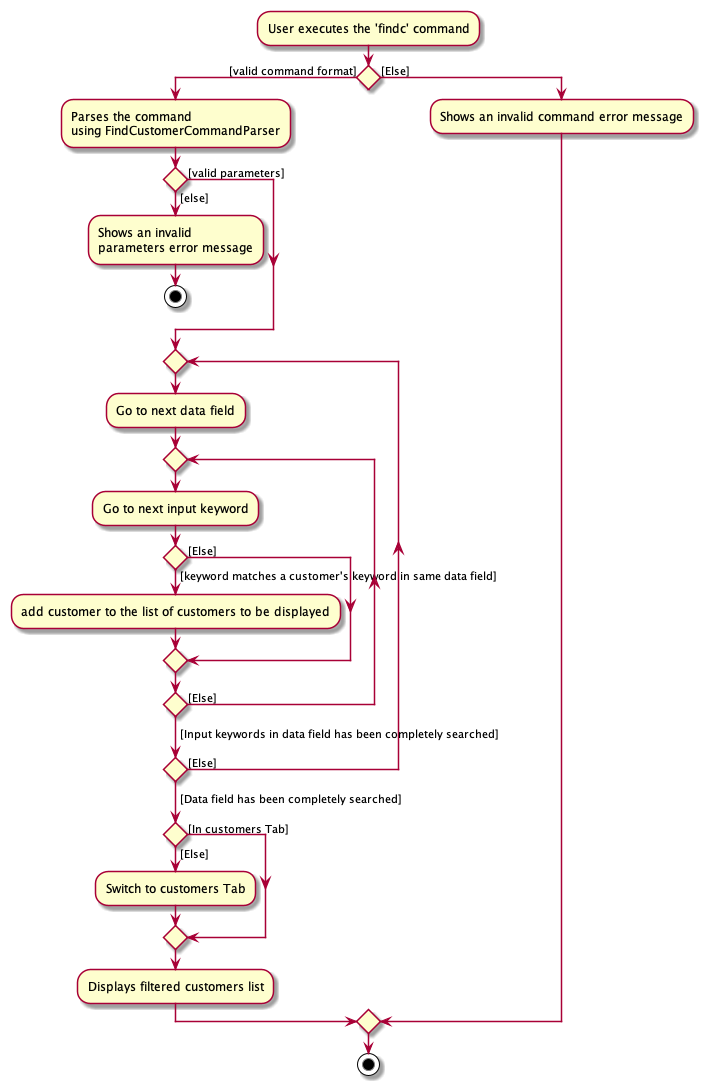
Earlier version of the PlantUML export docs/images/FindCustomerActivityDiagramV2.png (nus-cs2103-AY2122S2/tp). The source it was exported from:
```plantuml
@startuml
:User executes the 'findc' command;


if () then ([valid command format])
    :Parses the command\nusing FindCustomerCommandParser;
    if () then ([valid parameters])
    else ([else])
        :Shows an invalid\nparameters error message;
        stop
    endif
    repeat
        :Go to next data field;
        repeat
            :Go to next input keyword;
            if () then ([keyword matches a customer's keyword in same data field])
                :add customer to the list of customers to be displayed;
            else ([Else])
            endif
        repeat while () is ([Else])
        ->[Input keywords in data field has been completely searched];
    repeat while () is ([Else])
    ->[Data field has been completely searched];
    if () then ([Else])
        :Switch to customers Tab;
    else ([In customers Tab])
    endif
    :Displays filtered customers list;
else ([Else])
    :Shows an invalid command error message;
endif
stop
@enduml
```
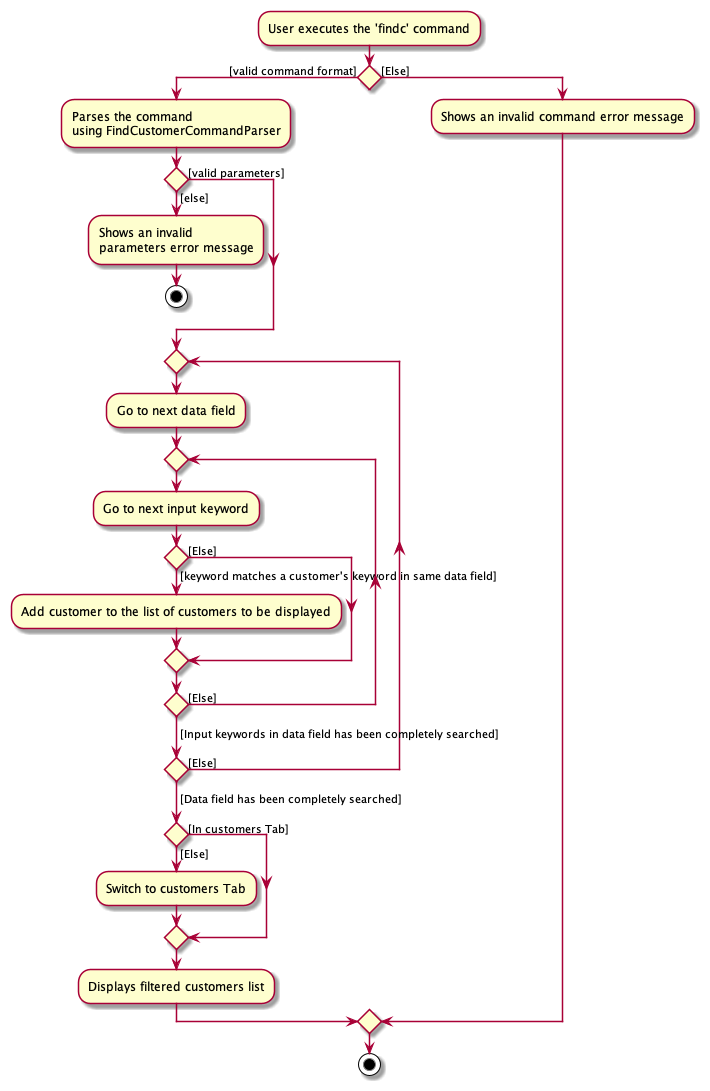
The same diagram one commit later.

The edit, as a diff of the source:
```diff
@@ -14,7 +14,7 @@
         repeat
             :Go to next input keyword;
             if () then ([keyword matches a customer's keyword in same data field])
-                :add customer to the list of customers to be displayed;
+                :Add customer to the list of customers to be displayed;
             else ([Else])
             endif
         repeat while () is ([Else])
```
